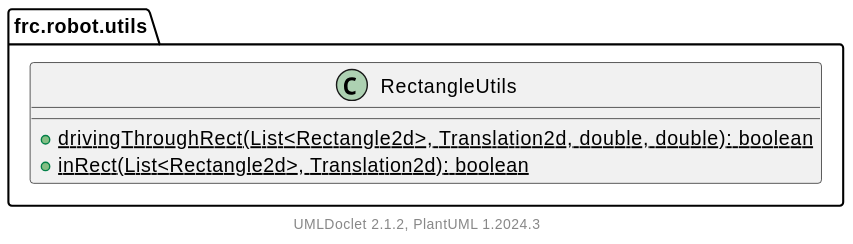
This is docs/uml/frc/robot/utils/package.svg from LakotaRobotics1038/2026RobotProject, a PlantUML export, as it was before one commit. Its diagram source:
```plantuml
@startuml
    set separator ::

    package frc.robot.utils {

        class RectangleUtils [[RectangleUtils.html]] {
            {static} +drivingThroughRect(List<Rectangle2d>, Translation2d, double, double): boolean
            {static} +inRect(List<Rectangle2d>, Translation2d): boolean
        }

    }
    center footer UMLDoclet 2.1.2, PlantUML %version()
@enduml
```
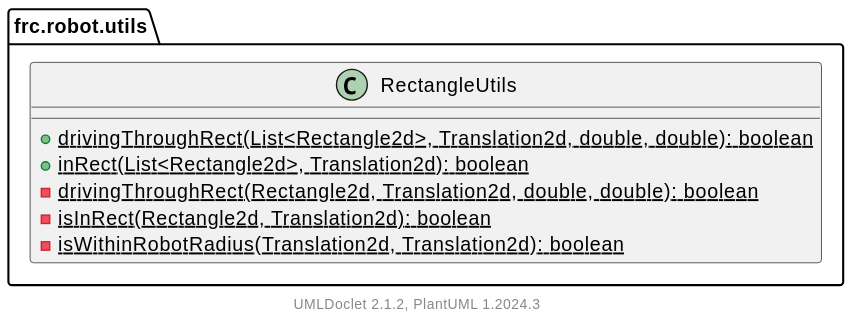
Later version of the same file.

Change to the diagram source:
```diff
@@ -6,6 +6,9 @@
         class RectangleUtils [[RectangleUtils.html]] {
             {static} +drivingThroughRect(List<Rectangle2d>, Translation2d, double, double): boolean
             {static} +inRect(List<Rectangle2d>, Translation2d): boolean
+            {static} -drivingThroughRect(Rectangle2d, Translation2d, double, double): boolean
+            {static} -isInRect(Rectangle2d, Translation2d): boolean
+            {static} -isWithinRobotRadius(Translation2d, Translation2d): boolean
         }
 
     }
```
